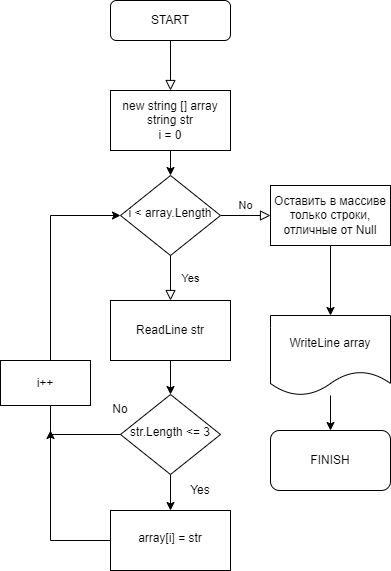
Stasensus/C- keeps this draw.io diagram as ControlWork/FlowChart.png. Above is the earlier version. Source tidied: cells renumbered, new cells last; positions are measured from the earlier drawing's top-left corner, leaving out a move shared by most shapes.
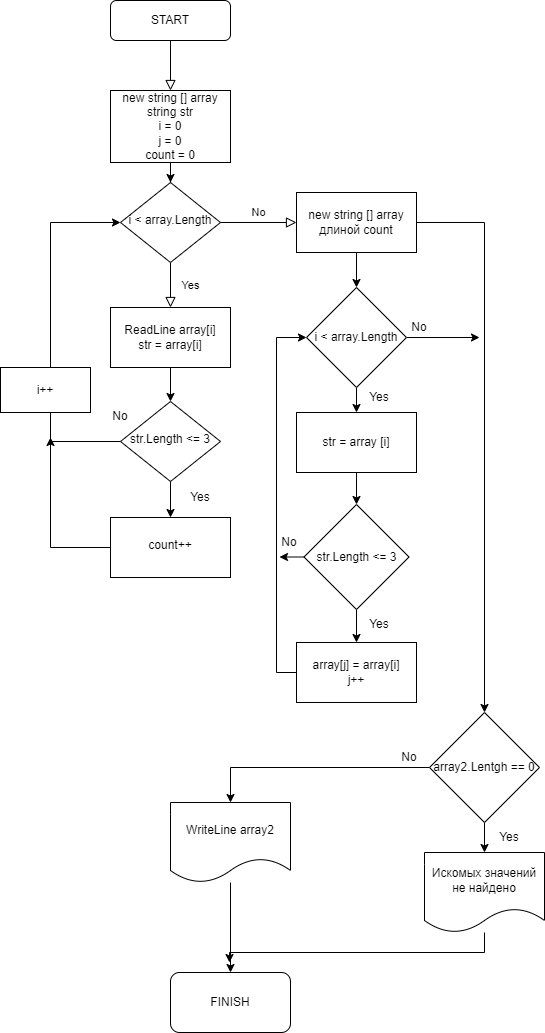
The same file after the commit.

Commit message:
Блок-схема исправлена в соответствии с программой

The edit, as a diff of the source:
```diff
@@ -4,20 +4,21 @@
     <mxCell id="1" parent="0" />
     <mxCell id="2" style="rounded=0;html=1;jettySize=auto;fontSize=11;endArrow=block;endFill=0;endSize=8;strokeWidth=1;shadow=0;labelBackgroundColor=none;edgeStyle=orthogonalEdgeStyle;" parent="1" edge="1" source="3">
       <mxGeometry relative="1" as="geometry">
-        <mxPoint x="170" y="90" as="targetPoint" />
+        <mxPoint x="170" y="83" as="targetPoint" />
       </mxGeometry>
     </mxCell>
     <mxCell id="3" value="START" style="rounded=1;whiteSpace=wrap;html=1;fontSize=12;glass=0;strokeWidth=1;shadow=0;" parent="1" vertex="1">
-      <mxGeometry x="110" width="120" height="40" as="geometry" />
+      <mxGeometry x="110" y="-7" width="120" height="40" as="geometry" />
     </mxCell>
-    <mxCell id="4" value="Yes" style="rounded=0;html=1;jettySize=auto;fontSize=11;endArrow=block;endFill=0;endSize=8;strokeWidth=1;shadow=0;labelBackgroundColor=none;edgeStyle=orthogonalEdgeStyle;" parent="1" edge="1" source="6">
+    <mxCell id="4" value="Yes" style="rounded=0;html=1;jettySize=auto;orthogonalLoop=1;fontSize=11;endArrow=block;endFill=0;endSize=8;strokeWidth=1;shadow=0;labelBackgroundColor=none;edgeStyle=orthogonalEdgeStyle;" parent="1" edge="1">
       <mxGeometry y="20" relative="1" as="geometry">
+        <mxPoint x="170" y="255" as="sourcePoint" />
         <mxPoint x="170" y="300" as="targetPoint" />
       </mxGeometry>
     </mxCell>
-    <mxCell id="5" value="No" style="edgeStyle=orthogonalEdgeStyle;rounded=0;html=1;jettySize=auto;fontSize=11;endArrow=block;endFill=0;endSize=8;strokeWidth=1;shadow=0;labelBackgroundColor=none;" parent="1" edge="1" source="6">
+    <mxCell id="5" value="No" style="edgeStyle=orthogonalEdgeStyle;rounded=0;html=1;jettySize=auto;fontSize=11;endArrow=block;endFill=0;endSize=8;strokeWidth=1;shadow=0;labelBackgroundColor=none;entryX=0;entryY=0.5;entryDx=0;entryDy=0;" parent="1" edge="1" target="28">
       <mxGeometry y="10" relative="1" as="geometry">
-        <mxPoint x="270" y="215" as="targetPoint" />
+        <mxPoint x="220" y="215" as="sourcePoint" />
       </mxGeometry>
     </mxCell>
     <mxCell id="6" value="i &amp;lt; array.Length" style="rhombus;whiteSpace=wrap;html=1;shadow=0;fontFamily=Helvetica;fontSize=12;align=center;strokeWidth=1;spacing=6;spacingTop=-4;" parent="1" vertex="1">
@@ -26,8 +27,9 @@
     <mxCell id="7" style="edgeStyle=orthogonalEdgeStyle;rounded=0;jettySize=auto;html=1;" parent="1" edge="1" source="9" target="15">
       <mxGeometry relative="1" as="geometry" />
     </mxCell>
-    <mxCell id="8" style="edgeStyle=orthogonalEdgeStyle;rounded=0;jettySize=auto;html=1;exitX=0;exitY=0.5;exitDx=0;exitDy=0;entryX=0;entryY=0.5;entryDx=0;entryDy=0;" parent="1" edge="1" source="9" target="6">
+    <mxCell id="8" style="edgeStyle=orthogonalEdgeStyle;rounded=0;jettySize=auto;html=1;exitX=0;exitY=0.5;exitDx=0;exitDy=0;entryX=0;entryY=0.5;entryDx=0;entryDy=0;" parent="1" edge="1" source="9">
       <mxGeometry relative="1" as="geometry">
+        <mxPoint x="120" y="215" as="targetPoint" />
         <Array as="points">
           <mxPoint x="50" y="434" />
           <mxPoint x="50" y="215" />
@@ -40,13 +42,13 @@
     <mxCell id="10" style="edgeStyle=orthogonalEdgeStyle;rounded=0;jettySize=auto;html=1;" parent="1" edge="1" source="11" target="6">
       <mxGeometry relative="1" as="geometry" />
     </mxCell>
-    <mxCell id="11" value="new string [] array&lt;br&gt;string str&lt;br&gt;i = 0" style="rounded=0;whiteSpace=wrap;html=1;" parent="1" vertex="1">
-      <mxGeometry x="110" y="90" width="120" height="60" as="geometry" />
+    <mxCell id="11" value="new string [] array&lt;br&gt;string str&lt;br&gt;i = 0&lt;br&gt;j = 0&lt;br&gt;count = 0" style="rounded=0;whiteSpace=wrap;html=1;" parent="1" vertex="1">
+      <mxGeometry x="110" y="83" width="120" height="72" as="geometry" />
     </mxCell>
     <mxCell id="12" style="edgeStyle=orthogonalEdgeStyle;rounded=0;jettySize=auto;html=1;" parent="1" edge="1" source="13" target="9">
       <mxGeometry relative="1" as="geometry" />
     </mxCell>
-    <mxCell id="13" value="ReadLine str" style="rounded=0;whiteSpace=wrap;html=1;" parent="1" vertex="1">
+    <mxCell id="13" value="ReadLine array[i]&lt;br&gt;str = array[i]" style="rounded=0;whiteSpace=wrap;html=1;" parent="1" vertex="1">
       <mxGeometry x="110" y="300" width="120" height="60" as="geometry" />
     </mxCell>
     <mxCell id="14" style="edgeStyle=orthogonalEdgeStyle;rounded=0;jettySize=auto;html=1;exitX=0;exitY=0.5;exitDx=0;exitDy=0;" parent="1" edge="1" source="15">
@@ -54,7 +56,7 @@
         <mxPoint x="50" y="430" as="targetPoint" />
       </mxGeometry>
     </mxCell>
-    <mxCell id="15" value="array[i] = str" style="whiteSpace=wrap;html=1;shadow=0;strokeWidth=1;spacing=6;spacingTop=-4;" parent="1" vertex="1">
+    <mxCell id="15" value="count++" style="whiteSpace=wrap;html=1;shadow=0;strokeWidth=1;spacing=6;spacingTop=-4;" parent="1" vertex="1">
       <mxGeometry x="110" y="510" width="120" height="60" as="geometry" />
     </mxCell>
     <mxCell id="16" value="Yes" style="text;html=1;strokeColor=none;fillColor=none;align=center;verticalAlign=middle;whiteSpace=wrap;rounded=0;" parent="1" vertex="1">
@@ -66,20 +68,100 @@
     <mxCell id="18" value="i++" style="rounded=0;whiteSpace=wrap;html=1;" parent="1" vertex="1">
       <mxGeometry y="360" width="90" height="45" as="geometry" />
     </mxCell>
-    <mxCell id="19" style="edgeStyle=orthogonalEdgeStyle;rounded=0;jettySize=auto;html=1;" parent="1" edge="1" source="20" target="22">
-      <mxGeometry relative="1" as="geometry" />
+    <mxCell id="19" style="edgeStyle=orthogonalEdgeStyle;rounded=0;jettySize=auto;html=1;entryX=0.5;entryY=0;entryDx=0;entryDy=0;" parent="1" edge="1" target="26">
+      <mxGeometry relative="1" as="geometry">
+        <mxPoint x="356" y="245" as="sourcePoint" />
+      </mxGeometry>
     </mxCell>
-    <mxCell id="20" value="Оставить в массиве только строки, отличные от Null" style="rounded=0;whiteSpace=wrap;html=1;" parent="1" vertex="1">
-      <mxGeometry x="270" y="185" width="120" height="60" as="geometry" />
-    </mxCell>
     <mxCell id="21" style="edgeStyle=orthogonalEdgeStyle;rounded=0;jettySize=auto;html=1;" parent="1" edge="1" source="22" target="23">
       <mxGeometry relative="1" as="geometry" />
     </mxCell>
-    <mxCell id="22" value="WriteLine array" style="shape=document;whiteSpace=wrap;html=1;boundedLbl=1;rounded=0;" parent="1" vertex="1">
-      <mxGeometry x="270" y="315" width="120" height="80" as="geometry" />
+    <mxCell id="22" value="WriteLine array2" style="shape=document;whiteSpace=wrap;html=1;boundedLbl=1;rounded=0;" parent="1" vertex="1">
+      <mxGeometry x="170" y="795" width="120" height="80" as="geometry" />
     </mxCell>
     <mxCell id="23" value="FINISH" style="rounded=1;whiteSpace=wrap;html=1;" parent="1" vertex="1">
-      <mxGeometry x="270" y="430" width="120" height="60" as="geometry" />
+      <mxGeometry x="170" y="965" width="120" height="60" as="geometry" />
     </mxCell>
+    <mxCell id="24" style="edgeStyle=orthogonalEdgeStyle;rounded=0;jettySize=auto;html=1;" parent="1" edge="1" source="26">
+      <mxGeometry relative="1" as="geometry">
+        <mxPoint x="356" y="405" as="targetPoint" />
+      </mxGeometry>
+    </mxCell>
+    <mxCell id="25" style="edgeStyle=orthogonalEdgeStyle;rounded=0;jettySize=auto;html=1;exitX=1;exitY=0.5;exitDx=0;exitDy=0;" parent="1" edge="1" source="26">
+      <mxGeometry relative="1" as="geometry">
+        <mxPoint x="479" y="330" as="targetPoint" />
+      </mxGeometry>
+    </mxCell>
+    <mxCell id="26" value="i &amp;lt; array.Length" style="rhombus;whiteSpace=wrap;html=1;" parent="1" vertex="1">
+      <mxGeometry x="306" y="280" width="100" height="100" as="geometry" />
+    </mxCell>
+    <mxCell id="27" style="edgeStyle=orthogonalEdgeStyle;rounded=0;jettySize=auto;html=1;" parent="1" edge="1" source="28" target="39">
+      <mxGeometry relative="1" as="geometry" />
+    </mxCell>
+    <mxCell id="28" value="new string [] array длиной count" style="rounded=0;whiteSpace=wrap;html=1;" parent="1" vertex="1">
+      <mxGeometry x="296" y="185" width="120" height="60" as="geometry" />
+    </mxCell>
+    <mxCell id="29" style="edgeStyle=orthogonalEdgeStyle;rounded=0;jettySize=auto;html=1;" parent="1" edge="1" source="30" target="33">
+      <mxGeometry relative="1" as="geometry" />
+    </mxCell>
+    <mxCell id="30" value="str = array [i]" style="rounded=0;whiteSpace=wrap;html=1;" parent="1" vertex="1">
+      <mxGeometry x="296" y="405" width="120" height="60" as="geometry" />
+    </mxCell>
+    <mxCell id="31" style="edgeStyle=orthogonalEdgeStyle;rounded=0;jettySize=auto;html=1;" parent="1" edge="1" source="33" target="35">
+      <mxGeometry relative="1" as="geometry" />
+    </mxCell>
+    <mxCell id="32" style="edgeStyle=orthogonalEdgeStyle;rounded=0;jettySize=auto;html=1;exitX=0;exitY=0.5;exitDx=0;exitDy=0;" parent="1" edge="1" source="33">
+      <mxGeometry relative="1" as="geometry">
+        <mxPoint x="279" y="550" as="targetPoint" />
+      </mxGeometry>
+    </mxCell>
+    <mxCell id="33" value="str.Length &amp;lt;= 3" style="rhombus;whiteSpace=wrap;html=1;rounded=0;" parent="1" vertex="1">
+      <mxGeometry x="303.5" y="497" width="105" height="105" as="geometry" />
+    </mxCell>
+    <mxCell id="34" style="edgeStyle=orthogonalEdgeStyle;rounded=0;jettySize=auto;html=1;exitX=0;exitY=0.5;exitDx=0;exitDy=0;entryX=0;entryY=0.5;entryDx=0;entryDy=0;" parent="1" edge="1" source="35" target="26">
+      <mxGeometry relative="1" as="geometry" />
+    </mxCell>
+    <mxCell id="35" value="array[j] = array[i]&lt;br&gt;j++" style="whiteSpace=wrap;html=1;rounded=0;" parent="1" vertex="1">
+      <mxGeometry x="296" y="635" width="120" height="60" as="geometry" />
+    </mxCell>
+    <mxCell id="36" value="Yes" style="text;html=1;strokeColor=none;fillColor=none;align=center;verticalAlign=middle;whiteSpace=wrap;rounded=0;" parent="1" vertex="1">
+      <mxGeometry x="348.5" y="602" width="60" height="30" as="geometry" />
+    </mxCell>
+    <mxCell id="37" style="edgeStyle=orthogonalEdgeStyle;rounded=0;jettySize=auto;html=1;" parent="1" edge="1" source="39" target="41">
+      <mxGeometry relative="1" as="geometry" />
+    </mxCell>
+    <mxCell id="38" style="edgeStyle=orthogonalEdgeStyle;rounded=0;jettySize=auto;html=1;exitX=0;exitY=0.5;exitDx=0;exitDy=0;entryX=0.5;entryY=0;entryDx=0;entryDy=0;" parent="1" edge="1" source="39" target="22">
+      <mxGeometry relative="1" as="geometry" />
+    </mxCell>
+    <mxCell id="39" value="array2.Lentgh == 0" style="rhombus;whiteSpace=wrap;html=1;rounded=0;" parent="1" vertex="1">
+      <mxGeometry x="429" y="705" width="110" height="110" as="geometry" />
+    </mxCell>
+    <mxCell id="40" style="edgeStyle=orthogonalEdgeStyle;rounded=0;jettySize=auto;html=1;" parent="1" edge="1" source="41">
+      <mxGeometry relative="1" as="geometry">
+        <mxPoint x="229" y="955" as="targetPoint" />
+        <Array as="points">
+          <mxPoint x="484" y="945" />
+          <mxPoint x="229" y="945" />
+        </Array>
+      </mxGeometry>
+    </mxCell>
+    <mxCell id="41" value="Искомых значений не найдено" style="shape=document;whiteSpace=wrap;html=1;boundedLbl=1;rounded=0;" parent="1" vertex="1">
+      <mxGeometry x="424" y="845" width="120" height="80" as="geometry" />
+    </mxCell>
+    <mxCell id="42" value="No" style="text;html=1;strokeColor=none;fillColor=none;align=center;verticalAlign=middle;whiteSpace=wrap;rounded=0;" parent="1" vertex="1">
+      <mxGeometry x="259" y="520" width="60" height="30" as="geometry" />
+    </mxCell>
+    <mxCell id="43" value="Yes" style="text;html=1;strokeColor=none;fillColor=none;align=center;verticalAlign=middle;whiteSpace=wrap;rounded=0;" parent="1" vertex="1">
+      <mxGeometry x="348.5" y="375" width="60" height="30" as="geometry" />
+    </mxCell>
+    <mxCell id="44" value="No" style="text;html=1;strokeColor=none;fillColor=none;align=center;verticalAlign=middle;whiteSpace=wrap;rounded=0;" parent="1" vertex="1">
+      <mxGeometry x="389" y="305" width="60" height="30" as="geometry" />
+    </mxCell>
+    <mxCell id="45" value="Yes" style="text;html=1;strokeColor=none;fillColor=none;align=center;verticalAlign=middle;whiteSpace=wrap;rounded=0;" parent="1" vertex="1">
+      <mxGeometry x="479" y="815" width="60" height="30" as="geometry" />
+    </mxCell>
+    <mxCell id="46" value="No" style="text;html=1;strokeColor=none;fillColor=none;align=center;verticalAlign=middle;whiteSpace=wrap;rounded=0;" parent="1" vertex="1">
+      <mxGeometry x="379" y="735" width="60" height="30" as="geometry" />
+    </mxCell>
   </root>
 </mxGraphModel>
```
